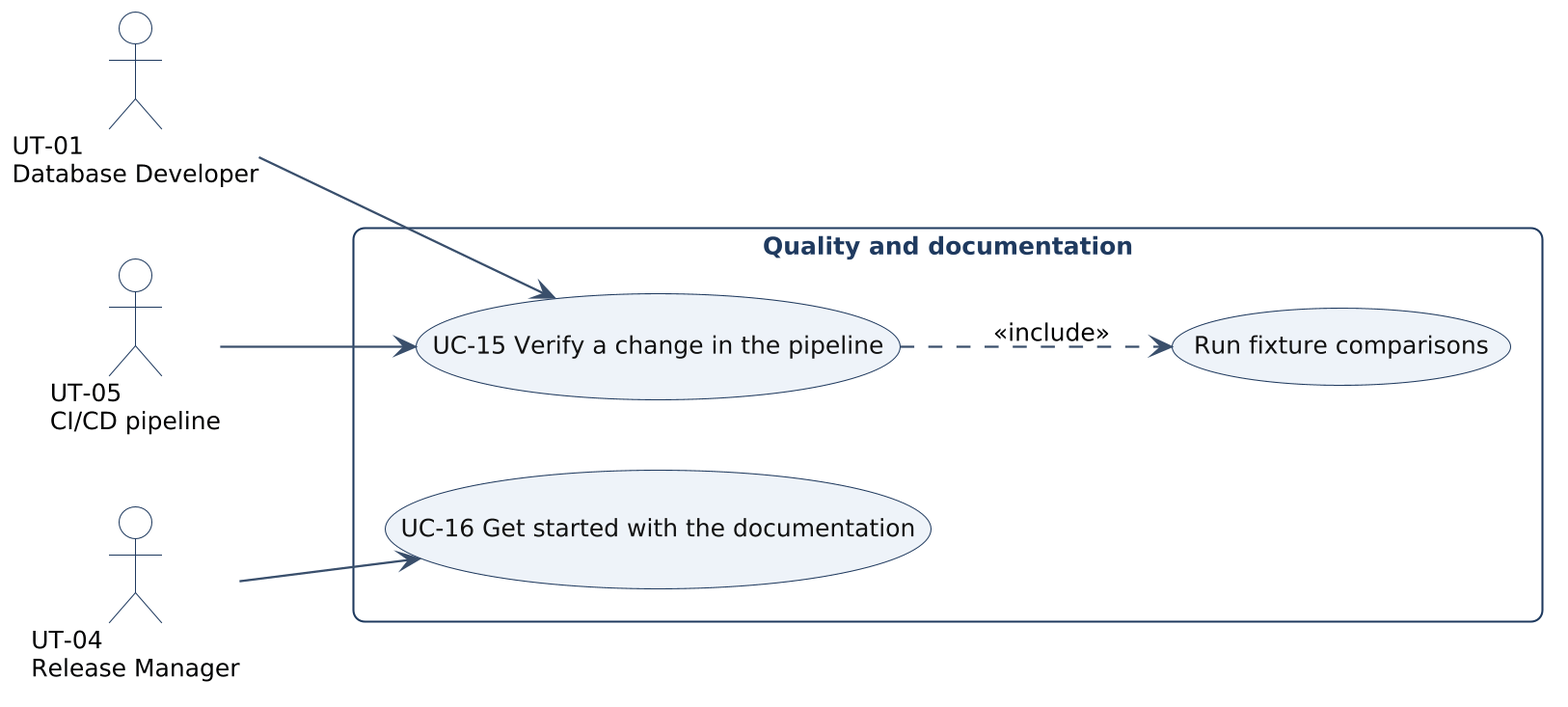
Earlier version of the PlantUML export docs/images/requirements/uc-quality-docs.png (databasedeployment/databasedeployment). The source it was exported from:
```plantuml
@startuml
!include style.iuml
left to right direction
actor "UT-01\nDatabase Developer" as DEV
actor "UT-05\nCI/CD pipeline" as CI
actor "UT-04\nRelease Manager" as RM
rectangle "Quality and documentation" {
  usecase "UC-15 Verify a change in the pipeline" as UC15
  usecase "Run fixture comparisons" as FX
  usecase "UC-16 Get started with the documentation" as UC16
}
DEV --> UC15
CI --> UC15
RM --> UC16
UC15 ..> FX : <<include>>
@enduml
```
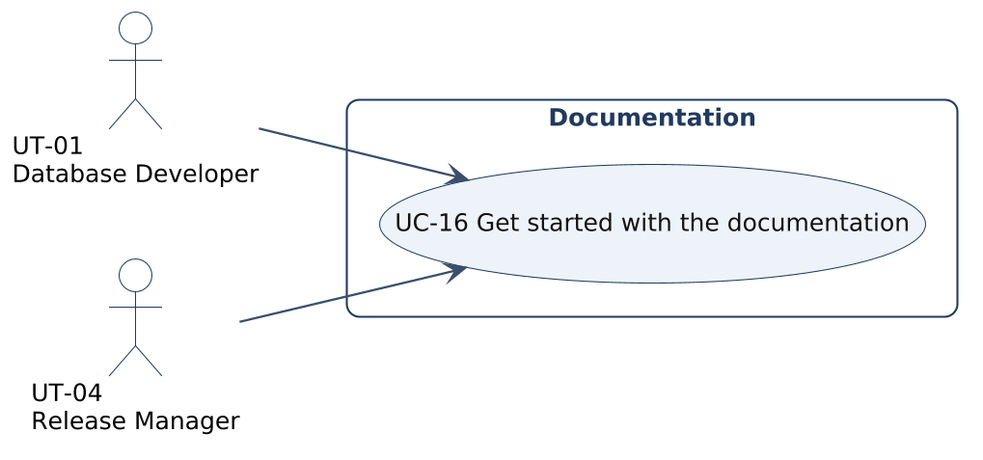
Later version of the same file.

The edit, as a diff of the source:
```diff
@@ -2,15 +2,10 @@
 !include style.iuml
 left to right direction
 actor "UT-01\nDatabase Developer" as DEV
-actor "UT-05\nCI/CD pipeline" as CI
 actor "UT-04\nRelease Manager" as RM
-rectangle "Quality and documentation" {
-  usecase "UC-15 Verify a change in the pipeline" as UC15
-  usecase "Run fixture comparisons" as FX
+rectangle "Documentation" {
   usecase "UC-16 Get started with the documentation" as UC16
 }
-DEV --> UC15
-CI --> UC15
+DEV --> UC16
 RM --> UC16
-UC15 ..> FX : <<include>>
 @enduml
```
